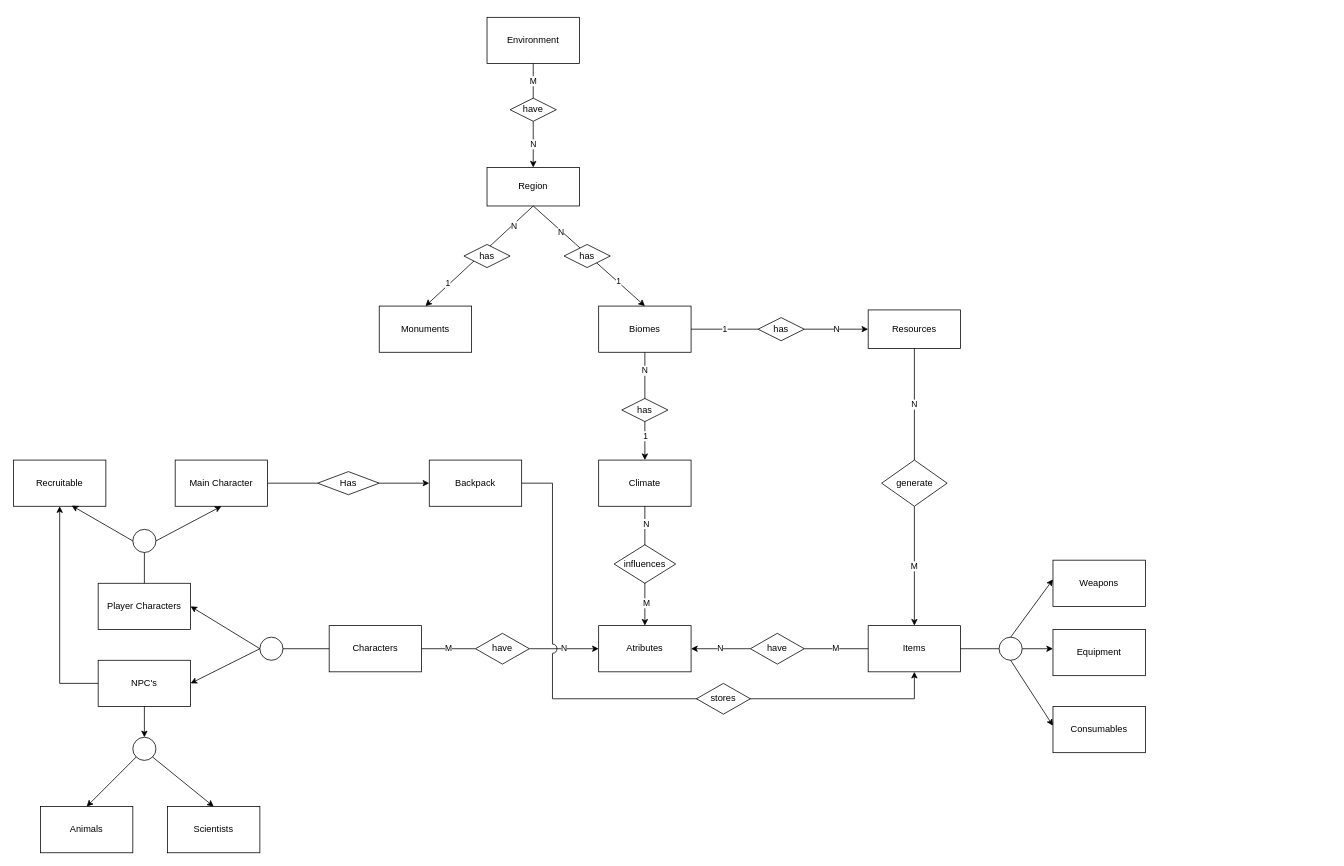
Above: Untitled Diagram.drawio in SBD1/Grupo_9_Rust (draw.io), before the change. Source tidied: cells renumbered, new cells numbered last; positions are measured from the earlier drawing's top-left corner, leaving out a move shared by most shapes. Both pictures are drawn from the tidied source at 77%, with x=0, y=0 at pixel (13, 17).
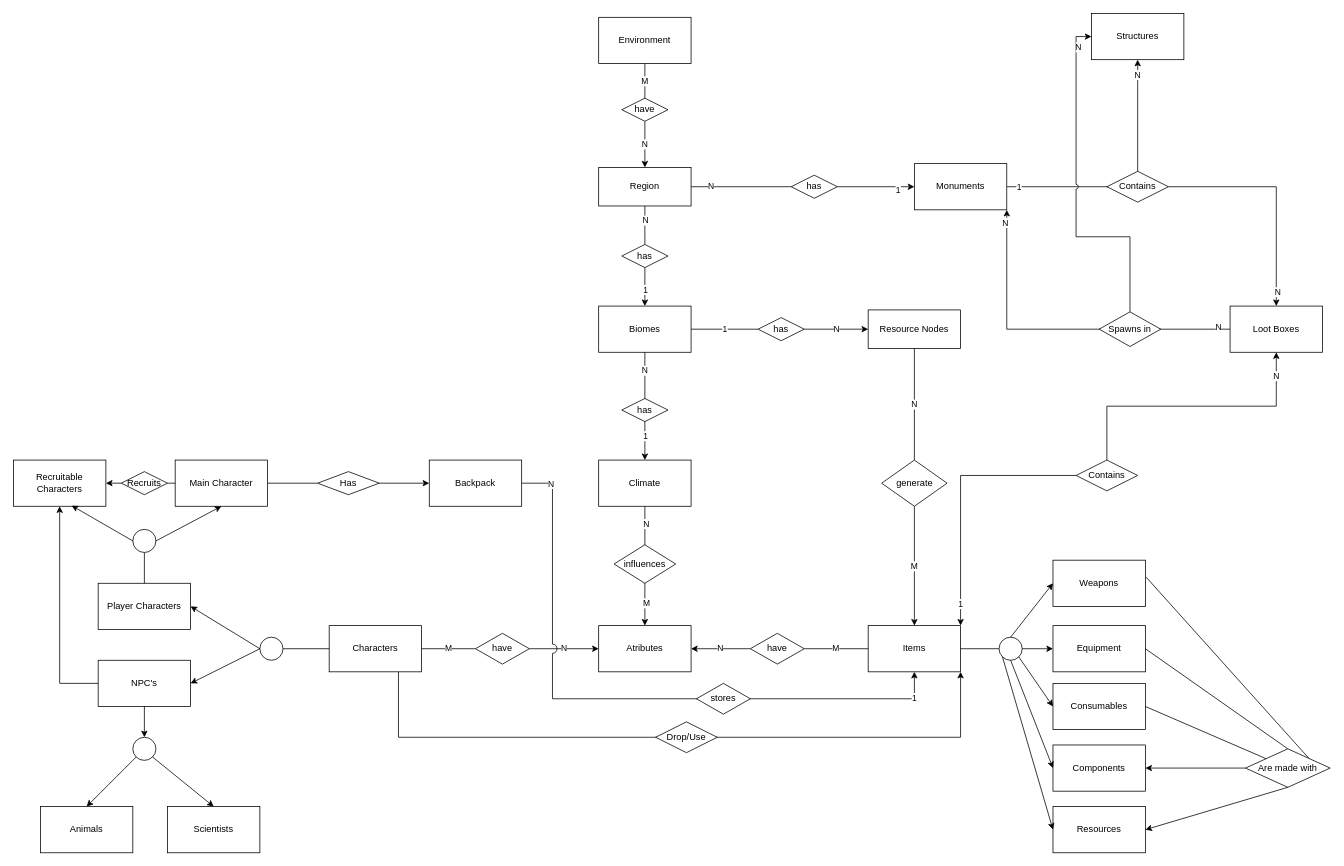
The same page after the edit.

Commit message:
changes to items and relationships, adding lootboxes

The change refers to these unchanged cells:
```xml
<mxCell id="2" value="Items" style="rounded=0;whiteSpace=wrap;html=1;" parent="1" vertex="1">
  <mxGeometry x="1110" y="790" width="120" height="60" as="geometry" />
</mxCell>
<mxCell id="3" value="Characters" style="rounded=0;whiteSpace=wrap;html=1;" parent="1" vertex="1">
  <mxGeometry x="410" y="790" width="120" height="60" as="geometry" />
</mxCell>
<mxCell id="4" value="Weapons" style="rounded=0;whiteSpace=wrap;html=1;" parent="1" vertex="1">
  <mxGeometry x="1350" y="705" width="120" height="60" as="geometry" />
</mxCell>
<mxCell id="7" style="ellipse;whiteSpace=wrap;html=1;" parent="1" vertex="1">
  <mxGeometry x="1280" y="805" width="30" height="30" as="geometry" />
</mxCell>
<mxCell id="26" value="Main Character" style="rounded=0;whiteSpace=wrap;html=1;" parent="1" vertex="1">
  <mxGeometry x="210" y="575" width="120" height="60" as="geometry" />
</mxCell>
<mxCell id="38" style="edgeStyle=orthogonalEdgeStyle;rounded=0;jettySize=auto;html=1;exitX=1;exitY=0.5;exitDx=0;exitDy=0;entryX=0.5;entryY=1;entryDx=0;entryDy=0;jumpStyle=arc;jumpSize=12;" parent="1" edge="1" source="39" target="2">
  <mxGeometry relative="1" as="geometry">
    <Array as="points">
      <mxPoint x="700" y="605" />
      <mxPoint x="700" y="885" />
      <mxPoint x="1170" y="885" />
    </Array>
  </mxGeometry>
</mxCell>
<mxCell id="46" value="Biomes" style="rounded=0;whiteSpace=wrap;html=1;" parent="1" vertex="1">
  <mxGeometry x="760" y="375" width="120" height="60" as="geometry" />
</mxCell>
```

What changed in the source:
```diff
@@
+    <mxCell id="76" style="edgeStyle=orthogonalEdgeStyle;rounded=0;jumpStyle=arc;jettySize=auto;html=1;exitX=0.75;exitY=1;exitDx=0;exitDy=0;entryX=1;entryY=1;entryDx=0;entryDy=0;startArrow=none;startFill=0;endArrow=classic;endFill=1;strokeColor=default;" parent="1" edge="1" source="3" target="2">
+      <mxGeometry relative="1" as="geometry">
+        <Array as="points">
+          <mxPoint x="500" y="935" />
+          <mxPoint x="1230" y="935" />
+        </Array>
+      </mxGeometry>
+    </mxCell>
@@
     <mxCell id="5" value="Equipment" style="rounded=0;whiteSpace=wrap;html=1;" parent="1" vertex="1">
-      <mxGeometry x="1350" y="795" width="120" height="60" as="geometry" />
+      <mxGeometry x="1350" y="790" width="120" height="60" as="geometry" />
     </mxCell>
-    <mxCell id="6" value="Consumables" style="rounded=0;whiteSpace=wrap;html=1;" parent="1" vertex="1">
-      <mxGeometry x="1350" y="895" width="120" height="60" as="geometry" />
+    <mxCell id="6" value="Components" style="rounded=0;whiteSpace=wrap;html=1;" parent="1" vertex="1">
+      <mxGeometry x="1350" y="945" width="120" height="60" as="geometry" />
     </mxCell>
@@
-    <mxCell id="8" style="endArrow=classic;html=1;rounded=0;entryX=0;entryY=0.5;entryDx=0;entryDy=0;exitX=0.5;exitY=0;exitDx=0;exitDy=0;" parent="1" edge="1" source="7">
-      <mxGeometry relative="1" as="geometry">
-        <mxPoint x="1350" y="730" as="targetPoint" />
-      </mxGeometry>
+    <mxCell id="8" style="endArrow=classic;html=1;rounded=0;entryX=0;entryY=0.5;entryDx=0;entryDy=0;exitX=0.5;exitY=0;exitDx=0;exitDy=0;" parent="1" edge="1" source="7" target="4">
+      <mxGeometry relative="1" as="geometry" />
     </mxCell>
-    <mxCell id="9" style="endArrow=classic;html=1;rounded=0;entryX=0;entryY=0.5;entryDx=0;entryDy=0;exitX=1;exitY=0.5;exitDx=0;exitDy=0;" parent="1" edge="1" source="7">
-      <mxGeometry relative="1" as="geometry">
-        <mxPoint x="1350" y="820" as="targetPoint" />
-      </mxGeometry>
+    <mxCell id="9" style="endArrow=classic;html=1;rounded=0;entryX=0;entryY=0.5;entryDx=0;entryDy=0;exitX=1;exitY=0.5;exitDx=0;exitDy=0;" parent="1" edge="1" source="7" target="5">
+      <mxGeometry relative="1" as="geometry" />
     </mxCell>
-    <mxCell id="10" style="endArrow=classic;html=1;rounded=0;entryX=0;entryY=0.5;entryDx=0;entryDy=0;exitX=0.5;exitY=1;exitDx=0;exitDy=0;" parent="1" edge="1" source="7">
-      <mxGeometry relative="1" as="geometry">
-        <mxPoint x="1350" y="920" as="targetPoint" />
-      </mxGeometry>
+    <mxCell id="10" style="endArrow=classic;html=1;rounded=0;entryX=0;entryY=0.5;entryDx=0;entryDy=0;exitX=0.5;exitY=1;exitDx=0;exitDy=0;" parent="1" edge="1" source="7" target="6">
+      <mxGeometry relative="1" as="geometry" />
     </mxCell>
@@
-    <mxCell id="25" value="Recruitable" style="rounded=0;whiteSpace=wrap;html=1;" parent="1" vertex="1">
+    <mxCell id="25" value="Recruitable Characters" style="rounded=0;whiteSpace=wrap;html=1;" parent="1" vertex="1">
       <mxGeometry y="575" width="120" height="60" as="geometry" />
     </mxCell>
+    <mxCell id="77" style="edgeStyle=orthogonalEdgeStyle;rounded=0;jumpStyle=arc;jettySize=auto;html=1;exitX=0;exitY=0.5;exitDx=0;exitDy=0;entryX=1;entryY=0.5;entryDx=0;entryDy=0;startArrow=none;startFill=0;endArrow=classic;endFill=1;strokeColor=default;" parent="1" edge="1" source="115" target="25">
+      <mxGeometry relative="1" as="geometry" />
+    </mxCell>
@@
+    <mxCell id="78" value="1" style="edgeLabel;html=1;align=center;verticalAlign=middle;" parent="38" vertex="1">
+      <mxGeometry x="0.92" y="1" relative="1" as="geometry" />
+    </mxCell>
+    <mxCell id="79" value="N" style="edgeLabel;html=1;align=center;verticalAlign=middle;" parent="38" vertex="1">
+      <mxGeometry x="-0.91" relative="1" as="geometry" />
+    </mxCell>
@@
     <mxCell id="44" value="Environment" style="rounded=0;whiteSpace=wrap;html=1;" parent="1" vertex="1">
-      <mxGeometry x="615" width="120" height="60" as="geometry" />
+      <mxGeometry x="760" width="120" height="60" as="geometry" />
     </mxCell>
@@
     <mxCell id="47" value="Region" style="rounded=0;whiteSpace=wrap;html=1;" parent="1" vertex="1">
-      <mxGeometry x="615" y="195" width="120" height="50" as="geometry" />
+      <mxGeometry x="760" y="195" width="120" height="50" as="geometry" />
     </mxCell>
+    <mxCell id="80" style="edgeStyle=orthogonalEdgeStyle;rounded=0;jettySize=auto;html=1;exitX=1;exitY=0.5;exitDx=0;exitDy=0;entryX=0.5;entryY=1;entryDx=0;entryDy=0;" parent="1" edge="1" source="48" target="87">
+      <mxGeometry relative="1" as="geometry">
+        <Array as="points">
+          <mxPoint x="1460" y="220" />
+          <mxPoint x="1460" y="60" />
+        </Array>
+      </mxGeometry>
+    </mxCell>
+    <mxCell id="81" value="1" style="edgeLabel;html=1;align=center;verticalAlign=middle;" parent="80" vertex="1">
+      <mxGeometry x="-0.91" relative="1" as="geometry" />
+    </mxCell>
+    <mxCell id="82" value="N" style="edgeLabel;html=1;align=center;verticalAlign=middle;" parent="80" vertex="1">
+      <mxGeometry x="0.91" y="1" relative="1" as="geometry">
+        <mxPoint y="4" as="offset" />
+      </mxGeometry>
+    </mxCell>
     <mxCell id="48" value="Monuments" style="rounded=0;whiteSpace=wrap;html=1;" parent="1" vertex="1">
-      <mxGeometry x="475" y="375" width="120" height="60" as="geometry" />
+      <mxGeometry x="1170" y="190" width="120" height="60" as="geometry" />
     </mxCell>
     <mxCell id="49" value="have" style="rhombus;whiteSpace=wrap;html=1;" parent="1" vertex="1">
-      <mxGeometry x="645" y="105" width="60" height="30" as="geometry" />
+      <mxGeometry x="790" y="105" width="60" height="30" as="geometry" />
     </mxCell>
@@
-    <mxCell id="51" style="endArrow=classic;html=1;rounded=0;exitX=0.5;exitY=1;exitDx=0;exitDy=0;entryX=0.5;entryY=0;entryDx=0;entryDy=0;" parent="1" edge="1" source="47" target="48">
+    <mxCell id="51" style="endArrow=classic;html=1;rounded=0;exitX=1;exitY=0.5;exitDx=0;exitDy=0;entryX=0;entryY=0.5;entryDx=0;entryDy=0;startArrow=none;" parent="1" edge="1" source="58" target="48">
       <mxGeometry relative="1" as="geometry" />
     </mxCell>
-    <mxCell id="52" value="N" style="edgeLabel;html=1;align=center;verticalAlign=middle;" parent="51" vertex="1">
-      <mxGeometry x="-0.62" y="2" relative="1" as="geometry" />
-    </mxCell>
@@
-    <mxCell id="54" style="endArrow=classic;html=1;rounded=0;exitX=0.5;exitY=1;exitDx=0;exitDy=0;entryX=0.5;entryY=0;entryDx=0;entryDy=0;" parent="1" edge="1" source="47" target="46">
+    <mxCell id="54" style="endArrow=classic;html=1;rounded=0;exitX=0.5;exitY=1;exitDx=0;exitDy=0;entryX=0.5;entryY=0;entryDx=0;entryDy=0;startArrow=none;" parent="1" edge="1" source="57" target="46">
       <mxGeometry relative="1" as="geometry" />
     </mxCell>
-    <mxCell id="55" value="N" style="edgeLabel;html=1;align=center;verticalAlign=middle;" parent="54" vertex="1">
-      <mxGeometry x="-0.51" relative="1" as="geometry">
-        <mxPoint y="1" as="offset" />
-      </mxGeometry>
-    </mxCell>
     <mxCell id="56" value="1" style="edgeLabel;html=1;align=center;verticalAlign=middle;" parent="54" vertex="1">
-      <mxGeometry x="0.51" y="1" relative="1" as="geometry" />
+      <mxGeometry x="0.51" y="1" relative="1" as="geometry">
+        <mxPoint x="-1" y="-10" as="offset" />
+      </mxGeometry>
     </mxCell>
-    <mxCell id="57" value="has" style="rhombus;whiteSpace=wrap;html=1;" parent="1" vertex="1">
-      <mxGeometry x="715" y="295" width="60" height="30" as="geometry" />
-    </mxCell>
-    <mxCell id="58" value="has" style="rhombus;whiteSpace=wrap;html=1;" parent="1" vertex="1">
-      <mxGeometry x="585" y="295" width="60" height="30" as="geometry" />
-    </mxCell>
@@
-    <mxCell id="70" value="Resources" style="rounded=0;whiteSpace=wrap;html=1;" parent="1" vertex="1">
+    <mxCell id="70" value="Resource Nodes" style="rounded=0;whiteSpace=wrap;html=1;" parent="1" vertex="1">
       <mxGeometry x="1110" y="380" width="120" height="50" as="geometry" />
     </mxCell>
@@
+    <mxCell id="83" value="N" style="edgeStyle=orthogonalEdgeStyle;rounded=0;jettySize=auto;html=1;exitX=0.5;exitY=1;exitDx=0;exitDy=0;strokeColor=default;endArrow=none;endFill=0;startArrow=classic;startFill=1;" parent="1" edge="1" source="84" target="97">
+      <mxGeometry x="-0.83" relative="1" as="geometry" />
+    </mxCell>
+    <mxCell id="84" value="Loot Boxes" style="rounded=0;whiteSpace=wrap;html=1;" parent="1" vertex="1">
+      <mxGeometry x="1580" y="375" width="120" height="60" as="geometry" />
+    </mxCell>
+    <mxCell id="58" value="has" style="rhombus;whiteSpace=wrap;html=1;" parent="1" vertex="1">
+      <mxGeometry x="1010" y="205" width="60" height="30" as="geometry" />
+    </mxCell>
+    <mxCell id="85" style="endArrow=none;html=1;rounded=0;exitX=1;exitY=0.5;exitDx=0;exitDy=0;entryX=0;entryY=0.5;entryDx=0;entryDy=0;" parent="1" edge="1" source="47" target="58">
+      <mxGeometry relative="1" as="geometry" />
+    </mxCell>
+    <mxCell id="86" value="N" style="edgeLabel;html=1;align=center;verticalAlign=middle;" parent="85" vertex="1">
+      <mxGeometry x="-0.62" y="2" relative="1" as="geometry" />
+    </mxCell>
+    <mxCell id="87" value="Structures" style="rounded=0;whiteSpace=wrap;html=1;" parent="1" vertex="1">
+      <mxGeometry x="1400" y="-5" width="120" height="60" as="geometry" />
+    </mxCell>
+    <mxCell id="88" style="edgeStyle=orthogonalEdgeStyle;rounded=0;jettySize=auto;html=1;" parent="1" edge="1" source="90" target="84">
+      <mxGeometry relative="1" as="geometry" />
+    </mxCell>
+    <mxCell id="89" value="N" style="edgeLabel;html=1;align=center;verticalAlign=middle;" parent="88" vertex="1">
+      <mxGeometry x="0.87" y="1" relative="1" as="geometry" />
+    </mxCell>
+    <mxCell id="90" value="Contains" style="rhombus;whiteSpace=wrap;html=1;" parent="1" vertex="1">
+      <mxGeometry x="1420" y="200" width="80" height="40" as="geometry" />
+    </mxCell>
+    <mxCell id="91" style="edgeStyle=orthogonalEdgeStyle;rounded=0;orthogonalLoop=1;jettySize=auto;html=1;exitX=0.5;exitY=1;exitDx=0;exitDy=0;" parent="1" edge="1" source="84" target="84">
+      <mxGeometry relative="1" as="geometry" />
+    </mxCell>
+    <mxCell id="92" style="edgeStyle=orthogonalEdgeStyle;rounded=0;orthogonalLoop=1;jettySize=auto;html=1;exitX=0.5;exitY=1;exitDx=0;exitDy=0;" parent="1" edge="1" source="58" target="58">
+      <mxGeometry relative="1" as="geometry" />
+    </mxCell>
+    <mxCell id="57" value="has" style="rhombus;whiteSpace=wrap;html=1;" parent="1" vertex="1">
+      <mxGeometry x="790" y="295" width="60" height="30" as="geometry" />
+    </mxCell>
+    <mxCell id="93" style="endArrow=none;html=1;rounded=0;entryX=0.5;entryY=0;entryDx=0;entryDy=0;" parent="1" edge="1" target="57">
+      <mxGeometry relative="1" as="geometry">
+        <mxPoint x="820" y="245" as="sourcePoint" />
+      </mxGeometry>
+    </mxCell>
+    <mxCell id="94" value="N" style="edgeLabel;html=1;align=center;verticalAlign=middle;" parent="93" vertex="1">
+      <mxGeometry x="-0.51" relative="1" as="geometry">
+        <mxPoint y="6" as="offset" />
+      </mxGeometry>
+    </mxCell>
+    <mxCell id="95" style="edgeStyle=orthogonalEdgeStyle;rounded=0;jettySize=auto;html=1;exitX=0;exitY=0.5;exitDx=0;exitDy=0;entryX=1;entryY=0;entryDx=0;entryDy=0;" parent="1" edge="1" source="97" target="2">
+      <mxGeometry relative="1" as="geometry" />
+    </mxCell>
+    <mxCell id="96" value="1" style="edgeLabel;html=1;align=center;verticalAlign=middle;" parent="95" vertex="1">
+      <mxGeometry x="0.83" y="-1" relative="1" as="geometry" />
+    </mxCell>
+    <mxCell id="97" value="Contains" style="rhombus;whiteSpace=wrap;html=1;" parent="1" vertex="1">
+      <mxGeometry x="1380" y="575" width="80" height="40" as="geometry" />
+    </mxCell>
+    <mxCell id="98" style="endArrow=classic;html=1;rounded=0;strokeColor=default;exitX=0;exitY=0.5;exitDx=0;exitDy=0;entryX=1;entryY=1;entryDx=0;entryDy=0;" parent="1" edge="1" source="84" target="48">
+      <mxGeometry relative="1" as="geometry">
+        <Array as="points">
+          <mxPoint x="1290" y="405" />
+        </Array>
+      </mxGeometry>
+    </mxCell>
+    <mxCell id="99" value="N" style="edgeLabel;html=1;align=center;verticalAlign=middle;" parent="98" vertex="1">
+      <mxGeometry x="-0.93" y="-3" relative="1" as="geometry" />
+    </mxCell>
+    <mxCell id="100" value="N" style="edgeLabel;html=1;align=center;verticalAlign=middle;" parent="98" vertex="1">
+      <mxGeometry x="0.93" y="3" relative="1" as="geometry" />
+    </mxCell>
+    <mxCell id="101" style="edgeStyle=orthogonalEdgeStyle;rounded=0;jettySize=auto;html=1;exitX=0.5;exitY=0;exitDx=0;exitDy=0;entryX=0;entryY=0.5;entryDx=0;entryDy=0;startArrow=none;startFill=0;endArrow=classic;endFill=1;strokeColor=default;jumpStyle=arc;" parent="1" edge="1" source="103" target="87">
+      <mxGeometry relative="1" as="geometry">
+        <Array as="points">
+          <mxPoint x="1450" y="285" />
+          <mxPoint x="1380" y="285" />
+          <mxPoint x="1380" y="25" />
+        </Array>
+      </mxGeometry>
+    </mxCell>
+    <mxCell id="102" value="N" style="edgeLabel;html=1;align=center;verticalAlign=middle;" parent="101" vertex="1">
+      <mxGeometry x="0.85" y="-2" relative="1" as="geometry" />
+    </mxCell>
+    <mxCell id="103" value="Spawns in" style="rhombus;whiteSpace=wrap;html=1;" parent="1" vertex="1">
+      <mxGeometry x="1410" y="382.5" width="80" height="45" as="geometry" />
+    </mxCell>
+    <mxCell id="104" value="Consumables" style="rounded=0;whiteSpace=wrap;html=1;" parent="1" vertex="1">
+      <mxGeometry x="1350" y="865" width="120" height="60" as="geometry" />
+    </mxCell>
+    <mxCell id="105" style="endArrow=classic;html=1;rounded=0;strokeColor=default;jumpStyle=arc;exitX=1;exitY=1;exitDx=0;exitDy=0;entryX=0;entryY=0.5;entryDx=0;entryDy=0;" parent="1" edge="1" source="7" target="104">
+      <mxGeometry relative="1" as="geometry" />
+    </mxCell>
+    <mxCell id="106" value="Are made with" style="rhombus;whiteSpace=wrap;html=1;" parent="1" vertex="1">
+      <mxGeometry x="1600" y="950" width="110" height="50" as="geometry" />
+    </mxCell>
+    <mxCell id="107" value="Resources" style="rounded=0;whiteSpace=wrap;html=1;" parent="1" vertex="1">
+      <mxGeometry x="1350" y="1025" width="120" height="60" as="geometry" />
+    </mxCell>
+    <mxCell id="108" style="endArrow=classic;html=1;rounded=0;strokeColor=default;jumpStyle=arc;exitX=0;exitY=1;exitDx=0;exitDy=0;entryX=0;entryY=0.5;entryDx=0;entryDy=0;" parent="1" edge="1" source="7" target="107">
+      <mxGeometry relative="1" as="geometry" />
+    </mxCell>
+    <mxCell id="109" style="endArrow=classic;html=1;rounded=0;strokeColor=default;jumpStyle=arc;entryX=1;entryY=0.5;entryDx=0;entryDy=0;exitX=0.5;exitY=1;exitDx=0;exitDy=0;" parent="1" edge="1" source="106" target="107">
+      <mxGeometry relative="1" as="geometry" />
+    </mxCell>
+    <mxCell id="110" style="endArrow=classic;html=1;rounded=0;strokeColor=default;jumpStyle=arc;exitX=0;exitY=0.5;exitDx=0;exitDy=0;entryX=1;entryY=0.5;entryDx=0;entryDy=0;" parent="1" edge="1" source="106" target="6">
+      <mxGeometry relative="1" as="geometry" />
+    </mxCell>
+    <mxCell id="111" style="endArrow=none;html=1;rounded=0;strokeColor=default;jumpStyle=arc;entryX=1;entryY=0.5;entryDx=0;entryDy=0;" parent="1" edge="1" source="106" target="104">
+      <mxGeometry relative="1" as="geometry" />
+    </mxCell>
+    <mxCell id="112" style="endArrow=none;html=1;rounded=0;strokeColor=default;jumpStyle=arc;entryX=1;entryY=0.5;entryDx=0;entryDy=0;exitX=0.5;exitY=0;exitDx=0;exitDy=0;" parent="1" edge="1" source="106" target="5">
+      <mxGeometry relative="1" as="geometry" />
+    </mxCell>
+    <mxCell id="113" style="endArrow=none;html=1;rounded=0;strokeColor=default;jumpStyle=arc;exitX=1.008;exitY=0.367;exitDx=0;exitDy=0;exitPerimeter=0;entryX=1;entryY=0;entryDx=0;entryDy=0;" parent="1" edge="1" source="4" target="106">
+      <mxGeometry relative="1" as="geometry" />
+    </mxCell>
+    <mxCell id="114" value="Drop/Use" style="rhombus;whiteSpace=wrap;html=1;" parent="1" vertex="1">
+      <mxGeometry x="834" y="915" width="80" height="40" as="geometry" />
+    </mxCell>
+    <mxCell id="115" value="Recruits" style="rhombus;whiteSpace=wrap;html=1;" parent="1" vertex="1">
+      <mxGeometry x="140" y="590" width="60" height="30" as="geometry" />
+    </mxCell>
+    <mxCell id="116" style="edgeStyle=orthogonalEdgeStyle;rounded=0;jumpStyle=arc;jettySize=auto;html=1;exitX=0;exitY=0.5;exitDx=0;exitDy=0;entryX=1;entryY=0.5;entryDx=0;entryDy=0;startArrow=none;startFill=0;endArrow=none;endFill=1;strokeColor=default;" parent="1" edge="1" source="26" target="115">
+      <mxGeometry relative="1" as="geometry" />
+    </mxCell>
```
